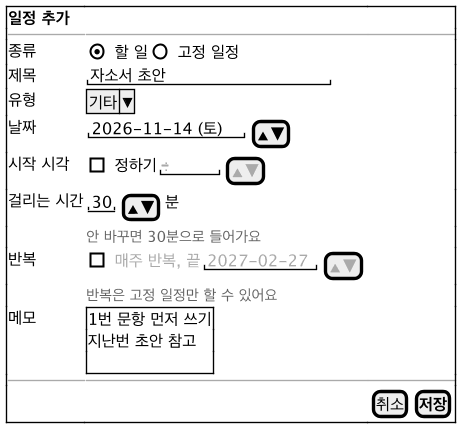
Before: docs/diagrams/ui-form.png, a diagram exported from PlantUML (2026-2-software-system-design-11/planning-pet-app). Its diagram source:
```plantuml
@startsalt ui-form
!include ui-common.iuml
{+
  <b>일정 추가</b> | . | .
  --|--|--
  종류 | { (X) 할 일 | () 고정 일정 } | .
  제목 | "자소서 초안                " | .
  유형 | ^기타^ | .
  날짜 | { "2026-11-14 (토)" | [▲▼] } | .
  시작 시각 | { [ ] 정하기 | "<color:#AAAAAA>--:--</color>" | [<color:#AAAAAA>▲▼</color>] } | .
  걸리는 시간 | { "30" | [▲▼] | 분 } | .
  . | <size:11><color:#666666>안 바꾸면 30분으로 들어가요</color></size> | .
  반복 | { [ ] <color:#AAAAAA>매주 반복, 끝</color> | "<color:#AAAAAA>2027-02-27</color>" | [<color:#AAAAAA>▲▼</color>] } | .
  . | <size:11><color:#666666>반복은 고정 일정만 할 수 있어요</color></size> | .
  메모 | {+ 1번 문항 먼저 쓰기
  지난번 초안 참고
  . } | .
  --|--|--
  . | . | { [취소] | [<b>저장</b>] }
}
@endsalt
```
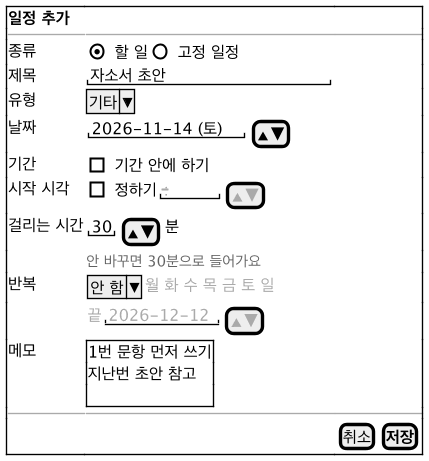
Above is the later version.

What changed in the source:
```diff
@@ -7,11 +7,12 @@
   제목 | "자소서 초안                " | .
   유형 | ^기타^ | .
   날짜 | { "2026-11-14 (토)" | [▲▼] } | .
+  기간 | { [ ] 기간 안에 하기 } | .
   시작 시각 | { [ ] 정하기 | "<color:#AAAAAA>--:--</color>" | [<color:#AAAAAA>▲▼</color>] } | .
   걸리는 시간 | { "30" | [▲▼] | 분 } | .
   . | <size:11><color:#666666>안 바꾸면 30분으로 들어가요</color></size> | .
-  반복 | { [ ] <color:#AAAAAA>매주 반복, 끝</color> | "<color:#AAAAAA>2027-02-27</color>" | [<color:#AAAAAA>▲▼</color>] } | .
-  . | <size:11><color:#666666>반복은 고정 일정만 할 수 있어요</color></size> | .
+  반복 | { ^안 함^ | <color:#AAAAAA>월 화 수 목 금 토 일</color> } | .
+  . | { <color:#AAAAAA>끝</color> | "<color:#AAAAAA>2026-12-12</color>" | [<color:#AAAAAA>▲▼</color>] } | .
   메모 | {+ 1번 문항 먼저 쓰기
   지난번 초안 참고
   . } | .
```
